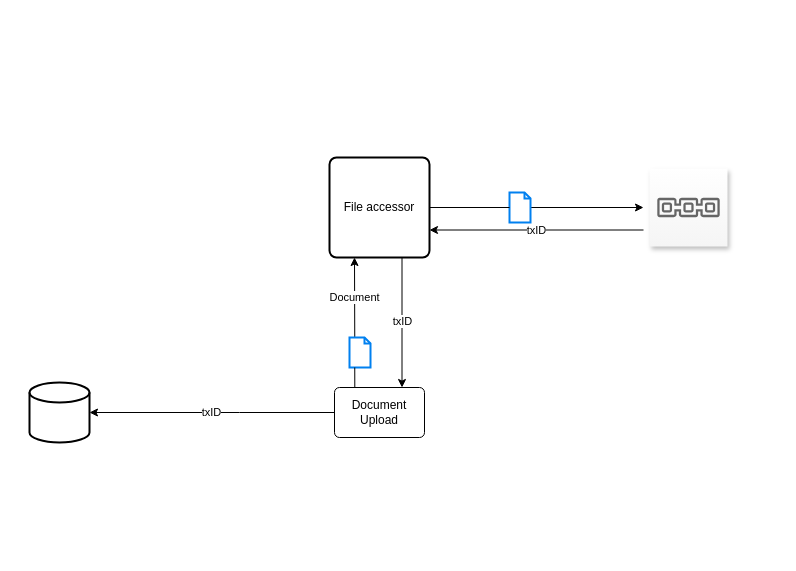
tobi-tobsen-berlin/dgraph keeps this draw.io diagram as Untitled Diagram.drawio. Above is the earlier version. Source tidied: cells renumbered, new cells numbered last; positions are measured from the earlier drawing's top-left corner, leaving out a move shared by most shapes. Both pictures are drawn from the tidied source at 100%, with x=0, y=0 at pixel (29, 157). Pictures stored in the file or linked from it are replaced by grey dashed boxes.
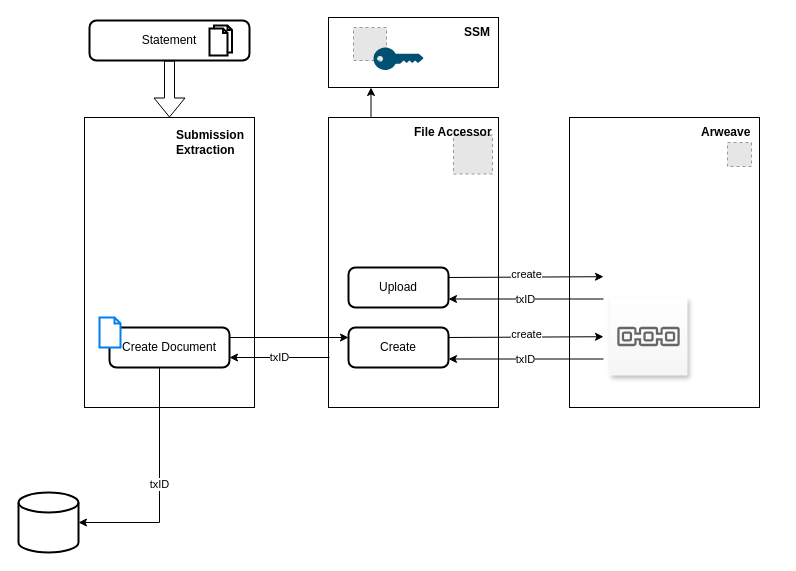
The same page after the edit.

Diff of the diagram source:
```diff
@@
+    <mxCell id="15" style="whiteSpace=wrap;html=1;shadow=0;comic=0;sketch=0;strokeWidth=1;imageAspect=0;" parent="1" vertex="1">
+      <mxGeometry x="299" y="-140" width="170" height="70" as="geometry" />
+    </mxCell>
+    <mxCell id="16" style="whiteSpace=wrap;html=1;shadow=0;comic=0;sketch=0;strokeWidth=1;imageAspect=0;" parent="1" vertex="1">
+      <mxGeometry x="299" y="-40" width="170" height="290" as="geometry" />
+    </mxCell>
+    <mxCell id="17" style="whiteSpace=wrap;html=1;shadow=0;comic=0;sketch=0;strokeWidth=1;imageAspect=0;" parent="1" vertex="1">
+      <mxGeometry x="540" y="-40" width="190" height="290" as="geometry" />
+    </mxCell>
     <mxCell id="2" style="strokeWidth=2;html=1;shape=mxgraph.flowchart.database;whiteSpace=wrap;" parent="1" vertex="1">
-      <mxGeometry y="225" width="60" height="60" as="geometry" />
+      <mxGeometry x="-11" y="335" width="60" height="60" as="geometry" />
     </mxCell>
-    <mxCell id="3" value="File accessor" style="rounded=1;whiteSpace=wrap;html=1;absoluteArcSize=1;arcSize=14;strokeWidth=2;" parent="1" vertex="1">
-      <mxGeometry x="300" width="100" height="100" as="geometry" />
+    <mxCell id="3" value="Create" style="rounded=1;whiteSpace=wrap;html=1;absoluteArcSize=1;arcSize=14;strokeWidth=2;" parent="1" vertex="1">
+      <mxGeometry x="319" y="170" width="100" height="40" as="geometry" />
     </mxCell>
-    <mxCell id="4" value="Document &lt;br&gt;Upload" style="rounded=1;arcSize=10;whiteSpace=wrap;html=1;align=center;" parent="1" vertex="1">
-      <mxGeometry x="305" y="230" width="90" height="50" as="geometry" />
-    </mxCell>
-    <mxCell id="5" value="Document" style="edgeStyle=segmentEdgeStyle;endArrow=classic;html=1;rounded=0;exitX=0.25;exitY=0;exitDx=0;exitDy=0;entryX=0.25;entryY=1;entryDx=0;entryDy=0;startArrow=none;" parent="1" edge="1" source="7" target="3">
-      <mxGeometry relative="1" as="geometry" />
-    </mxCell>
-    <mxCell id="6" value="txID" style="edgeStyle=segmentEdgeStyle;endArrow=classic;html=1;rounded=0;exitX=0.75;exitY=1;exitDx=0;exitDy=0;entryX=0.75;entryY=0;entryDx=0;entryDy=0;" parent="1" edge="1" source="3" target="4">
-      <mxGeometry relative="1" as="geometry" />
-    </mxCell>
+    <mxCell id="9" style="sketch=0;points=[[0,0,0],[0.25,0,0],[0.5,0,0],[0.75,0,0],[1,0,0],[0,1,0],[0.25,1,0],[0.5,1,0],[0.75,1,0],[1,1,0],[0,0.25,0],[0,0.5,0],[0,0.75,0],[1,0.25,0],[1,0.5,0],[1,0.75,0]];outlineConnect=0;gradientDirection=north;verticalLabelPosition=bottom;verticalAlign=top;align=center;html=1;fontSize=12;fontStyle=0;shape=mxgraph.aws4.resourceIcon;resIcon=mxgraph.aws4.blockchain;shadow=1;perimeterSpacing=6;fixDash=0;snapToPoint=0;portConstraintRotation=0;comic=0;fillColor=#f5f5f5;strokeColor=#666666;gradientColor=#ffffff;strokeWidth=7;" parent="1" vertex="1">
+      <mxGeometry x="580" y="140" width="78" height="78" as="geometry" />
+    </mxCell>
+    <mxCell id="13" value="txID" style="edgeStyle=segmentEdgeStyle;endArrow=classic;html=1;rounded=0;exitX=0;exitY=0.75;exitDx=0;exitDy=0;exitPerimeter=0;" parent="1" edge="1" source="9" target="3">
+      <mxGeometry relative="1" as="geometry" />
+    </mxCell>
+    <mxCell id="18" style="fillColor=#E6E6E6;strokeColor=#999999;dashed=1;html=1;verticalAlign=top;verticalLabelPosition=bottom;labelBackgroundColor=#ffffff;" parent="1" vertex="1">
+      <mxGeometry x="424" y="-22.5" width="39" height="39" as="geometry" />
+    </mxCell>
+    <mxCell id="19" style="fillColor=#E6E6E6;strokeColor=#999999;dashed=1;verticalLabelPosition=bottom;labelBackgroundColor=#ffffff;verticalAlign=top;" parent="1" vertex="1">
+      <mxGeometry x="698" y="-15" width="24" height="24" as="geometry" />
+    </mxCell>
+    <mxCell id="20" value="Arweave" style="text;strokeColor=none;fillColor=none;html=1;fontSize=12;fontStyle=1;verticalAlign=middle;align=left;shadow=0;comic=0;sketch=0;fontColor=#000000;" parent="1" vertex="1">
+      <mxGeometry x="670" y="-40" width="80" height="30" as="geometry" />
+    </mxCell>
+    <mxCell id="21" value="&lt;span style=&quot;line-height: 1.2&quot;&gt;&lt;sup&gt;&lt;font style=&quot;font-size: 11px&quot;&gt;create&lt;/font&gt;&lt;/sup&gt;&lt;/span&gt;" style="endArrow=classic;html=1;rounded=0;fontSize=17;fontColor=#000000;exitX=1;exitY=0.25;exitDx=0;exitDy=0;" parent="1" edge="1" source="3" target="9">
+      <mxGeometry relative="1" as="geometry" />
+    </mxCell>
+    <mxCell id="22" style="fillColor=#E6E6E6;strokeColor=#999999;dashed=1;verticalLabelPosition=bottom;labelBackgroundColor=#ffffff;verticalAlign=top;" parent="1" vertex="1">
+      <mxGeometry x="324" y="-130" width="33" height="33" as="geometry" />
+    </mxCell>
+    <mxCell id="23" style="verticalLabelPosition=bottom;sketch=0;html=1;verticalAlign=top;align=center;shape=mxgraph.cisco19.key;fillColor=#005073;strokeColor=none;shadow=0;comic=0;fontSize=11;fontColor=#000000;" parent="1" vertex="1">
+      <mxGeometry x="344" y="-110" width="50" height="22.5" as="geometry" />
+    </mxCell>
+    <mxCell id="24" style="endArrow=classic;html=1;rounded=0;fontSize=11;fontColor=#000000;entryX=0.25;entryY=1;entryDx=0;entryDy=0;exitX=0.25;exitY=0;exitDx=0;exitDy=0;" parent="1" edge="1" source="16" target="15">
+      <mxGeometry relative="1" as="geometry" />
+    </mxCell>
+    <mxCell id="25" value="SSM" style="text;strokeColor=none;fillColor=none;html=1;fontSize=12;fontStyle=1;verticalAlign=middle;align=left;shadow=0;comic=0;sketch=0;fontColor=#000000;" parent="1" vertex="1">
+      <mxGeometry x="433" y="-140" width="30" height="30" as="geometry" />
+    </mxCell>
+    <mxCell id="26" value="File Accessor" style="text;strokeColor=none;fillColor=none;html=1;fontSize=12;fontStyle=1;verticalAlign=middle;align=left;shadow=0;comic=0;sketch=0;fontColor=#000000;" parent="1" vertex="1">
+      <mxGeometry x="383" y="-40" width="80" height="30" as="geometry" />
+    </mxCell>
+    <mxCell id="27" value="Upload" style="rounded=1;whiteSpace=wrap;html=1;absoluteArcSize=1;arcSize=14;strokeWidth=2;" parent="1" vertex="1">
+      <mxGeometry x="319" y="110" width="100" height="40" as="geometry" />
+    </mxCell>
+    <mxCell id="28" value="txID" style="edgeStyle=segmentEdgeStyle;endArrow=classic;html=1;rounded=0;exitX=0;exitY=0.75;exitDx=0;exitDy=0;exitPerimeter=0;" parent="1" edge="1" target="27">
+      <mxGeometry relative="1" as="geometry">
+        <mxPoint x="574" y="141.5" as="sourcePoint" />
+      </mxGeometry>
+    </mxCell>
+    <mxCell id="29" value="&lt;span style=&quot;line-height: 1.2&quot;&gt;&lt;sup&gt;&lt;font style=&quot;font-size: 11px&quot;&gt;create&lt;/font&gt;&lt;/sup&gt;&lt;/span&gt;" style="endArrow=classic;html=1;rounded=0;fontSize=17;fontColor=#000000;exitX=1;exitY=0.25;exitDx=0;exitDy=0;" parent="1" edge="1" source="27">
+      <mxGeometry relative="1" as="geometry">
+        <mxPoint x="574" y="119.2" as="targetPoint" />
+      </mxGeometry>
+    </mxCell>
+    <mxCell id="30" style="whiteSpace=wrap;html=1;shadow=0;comic=0;sketch=0;strokeWidth=1;imageAspect=0;" parent="1" vertex="1">
+      <mxGeometry x="55" y="-40" width="170" height="290" as="geometry" />
+    </mxCell>
+    <mxCell id="31" value="Create Document" style="rounded=1;whiteSpace=wrap;html=1;absoluteArcSize=1;arcSize=14;strokeWidth=2;" parent="1" vertex="1">
+      <mxGeometry x="80" y="170" width="120" height="40" as="geometry" />
+    </mxCell>
+    <mxCell id="32" value="Submission&lt;br&gt;Extraction" style="text;strokeColor=none;fillColor=none;html=1;fontSize=12;fontStyle=1;verticalAlign=middle;align=left;shadow=0;comic=0;sketch=0;fontColor=#000000;" parent="1" vertex="1">
+      <mxGeometry x="145" y="-30" width="80" height="30" as="geometry" />
+    </mxCell>
+    <mxCell id="33" value="Statement" style="rounded=1;whiteSpace=wrap;html=1;absoluteArcSize=1;arcSize=14;strokeWidth=2;" parent="1" vertex="1">
+      <mxGeometry x="60" y="-137" width="160" height="40" as="geometry" />
+    </mxCell>
+    <mxCell id="34" style="shape=flexArrow;endArrow=classic;html=1;rounded=0;fontSize=12;fontColor=#000000;" parent="1" edge="1" source="33" target="30">
+      <mxGeometry relative="1" as="geometry" />
+    </mxCell>
     <mxCell id="7" style="html=1;verticalLabelPosition=bottom;align=center;labelBackgroundColor=#ffffff;verticalAlign=top;strokeWidth=2;strokeColor=#0080F0;shadow=0;dashed=0;shape=mxgraph.ios7.icons.document;" parent="1" vertex="1">
-      <mxGeometry x="320" y="180" width="21" height="30" as="geometry" />
+      <mxGeometry x="70" y="160" width="21" height="30" as="geometry" />
     </mxCell>
-    <mxCell id="8" style="edgeStyle=segmentEdgeStyle;endArrow=none;html=1;rounded=0;exitX=0.25;exitY=0;exitDx=0;exitDy=0;entryX=0.25;entryY=1;entryDx=0;entryDy=0;" parent="1" edge="1" source="4" target="7">
-      <mxGeometry relative="1" as="geometry" />
-    </mxCell>
-    <mxCell id="9" style="sketch=0;points=[[0,0,0],[0.25,0,0],[0.5,0,0],[0.75,0,0],[1,0,0],[0,1,0],[0.25,1,0],[0.5,1,0],[0.75,1,0],[1,1,0],[0,0.25,0],[0,0.5,0],[0,0.75,0],[1,0.25,0],[1,0.5,0],[1,0.75,0]];outlineConnect=0;gradientDirection=north;verticalLabelPosition=bottom;verticalAlign=top;align=center;html=1;fontSize=12;fontStyle=0;shape=mxgraph.aws4.resourceIcon;resIcon=mxgraph.aws4.blockchain;shadow=1;perimeterSpacing=6;fixDash=0;snapToPoint=0;portConstraintRotation=0;comic=0;fillColor=#f5f5f5;strokeColor=#666666;gradientColor=#ffffff;strokeWidth=7;" parent="1" vertex="1">
-      <mxGeometry x="620" y="11" width="78" height="78" as="geometry" />
-    </mxCell>
-    <mxCell id="10" style="endArrow=classic;html=1;rounded=0;exitX=1;exitY=0.5;exitDx=0;exitDy=0;entryX=0;entryY=0.5;entryDx=0;entryDy=0;entryPerimeter=0;startArrow=none;" parent="1" edge="1" source="11" target="9">
-      <mxGeometry relative="1" as="geometry" />
-    </mxCell>
-    <mxCell id="11" style="html=1;verticalLabelPosition=bottom;align=center;labelBackgroundColor=#ffffff;verticalAlign=top;strokeWidth=2;strokeColor=#0080F0;shadow=0;dashed=0;shape=mxgraph.ios7.icons.document;" parent="1" vertex="1">
-      <mxGeometry x="480" y="35" width="21" height="30" as="geometry" />
-    </mxCell>
-    <mxCell id="12" style="endArrow=none;html=1;rounded=0;exitX=1;exitY=0.5;exitDx=0;exitDy=0;entryX=0;entryY=0.5;entryDx=0;entryDy=0;entryPerimeter=0;" parent="1" edge="1" source="3" target="11">
-      <mxGeometry relative="1" as="geometry" />
-    </mxCell>
-    <mxCell id="13" value="txID" style="edgeStyle=segmentEdgeStyle;endArrow=classic;html=1;rounded=0;exitX=0;exitY=0.75;exitDx=0;exitDy=0;exitPerimeter=0;" parent="1" edge="1" source="9" target="3">
-      <mxGeometry relative="1" as="geometry" />
-    </mxCell>
+    <mxCell id="35" style="html=1;verticalLabelPosition=bottom;align=center;labelBackgroundColor=#ffffff;verticalAlign=top;strokeWidth=2;shadow=0;dashed=0;shape=mxgraph.ios7.icons.documents;comic=0;sketch=0;fontSize=12;" parent="1" vertex="1">
+      <mxGeometry x="180" y="-132" width="22.5" height="30" as="geometry" />
+    </mxCell>
+    <mxCell id="36" style="endArrow=classic;html=1;rounded=0;fontSize=12;fontColor=#000000;entryX=0;entryY=0.25;entryDx=0;entryDy=0;exitX=1;exitY=0.25;exitDx=0;exitDy=0;" parent="1" edge="1" source="31" target="3">
+      <mxGeometry relative="1" as="geometry" />
+    </mxCell>
-    <mxCell id="14" value="txID" style="edgeStyle=segmentEdgeStyle;endArrow=classic;html=1;rounded=0;exitX=0;exitY=0.5;exitDx=0;exitDy=0;entryX=1;entryY=0.5;entryDx=0;entryDy=0;entryPerimeter=0;" parent="1" edge="1" source="4" target="2">
+    <mxCell id="14" value="txID" style="edgeStyle=segmentEdgeStyle;endArrow=classic;html=1;rounded=0;entryX=1;entryY=0.5;entryDx=0;entryDy=0;entryPerimeter=0;exitX=0.39;exitY=1;exitDx=0;exitDy=0;exitPerimeter=0;" parent="1" edge="1" source="31" target="2">
       <mxGeometry relative="1" as="geometry">
         <Array as="points">
-          <mxPoint x="210" y="255" />
-          <mxPoint x="210" y="255" />
+          <mxPoint x="130" y="210" />
+          <mxPoint x="130" y="365" />
         </Array>
       </mxGeometry>
     </mxCell>
+    <mxCell id="37" value="txID" style="edgeStyle=segmentEdgeStyle;endArrow=classic;html=1;rounded=0;exitX=0;exitY=0.75;exitDx=0;exitDy=0;exitPerimeter=0;entryX=1;entryY=0.75;entryDx=0;entryDy=0;" parent="1" edge="1" target="31">
+      <mxGeometry relative="1" as="geometry">
+        <mxPoint x="300" y="200" as="sourcePoint" />
+      </mxGeometry>
+    </mxCell>
```
